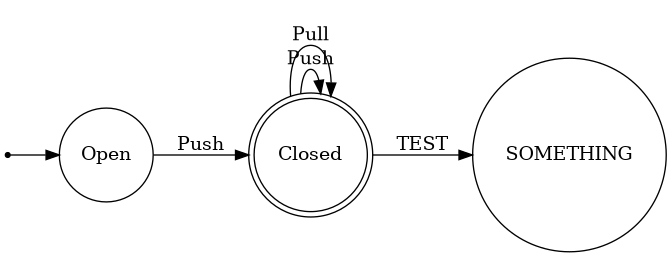
Above: bin/graph.png in P4-Group2-Compiler/P4-State-Lang (Graphviz), before the change. Its source is kept beside it as bin/graph.gv.
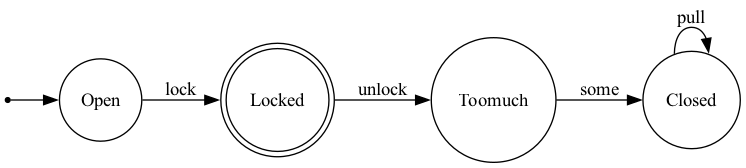
After the change.

The edit, as a diff of the source:
```diff
@@ -2,10 +2,10 @@
  rankdir = LR;
  node [shape = circle;];
  null [shape = point;];
-null -> Closed;
-Closed -> Closed [label="Push"];
-Closed -> Locked [label="lock"];
-Open -> Closed [label="pull"];
-Locked -> Closed [label="unlock"];
+null -> Open;
+Open -> Locked [label="lock"];
+Closed -> Closed [label="pull"];
+Locked -> Toomuch [label="unlock"];
+Toomuch -> Closed [label="some"];
 Locked [shape = doublecircle;];
 }
```
